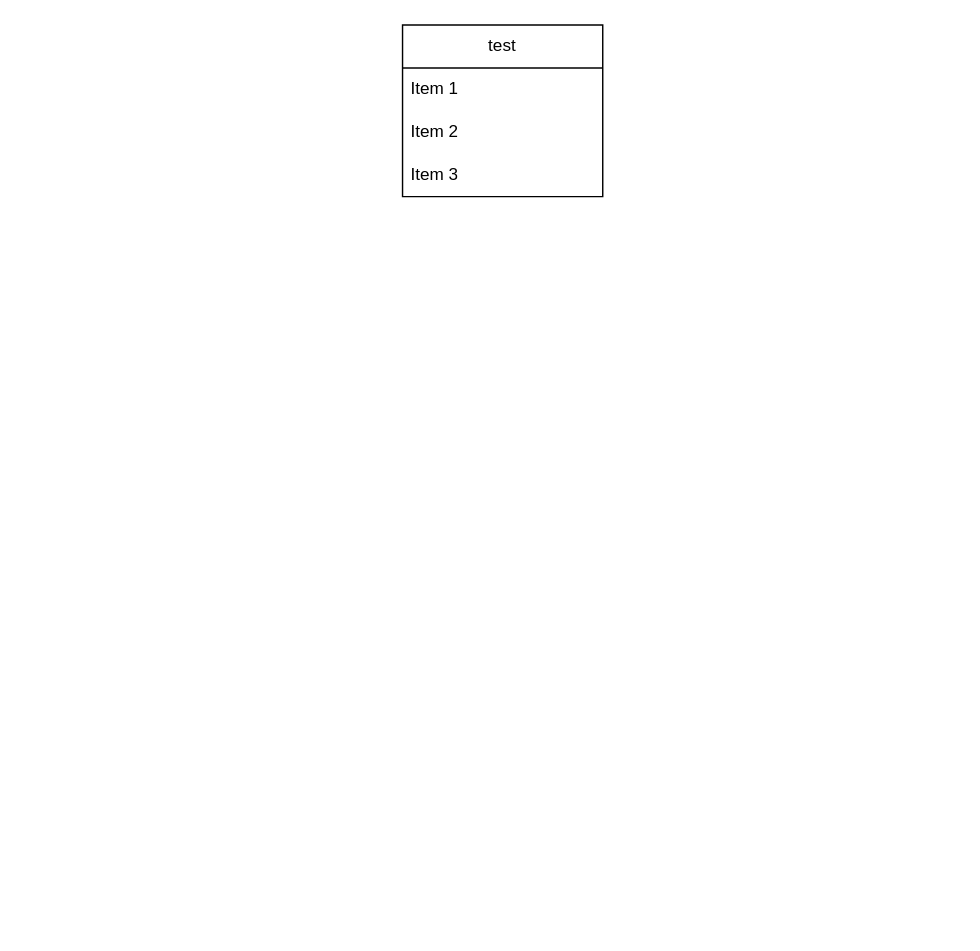
Earlier version of the draw.io diagram Diagramme sans nom.drawio (Coudji/mydraws). Source tidied: cells renumbered, new cells numbered last; positions are measured from the earlier drawing's top-left corner, leaving out a move shared by most shapes. Both pictures are drawn from the tidied source at 143%, with x=0, y=0 at pixel (402, 24).
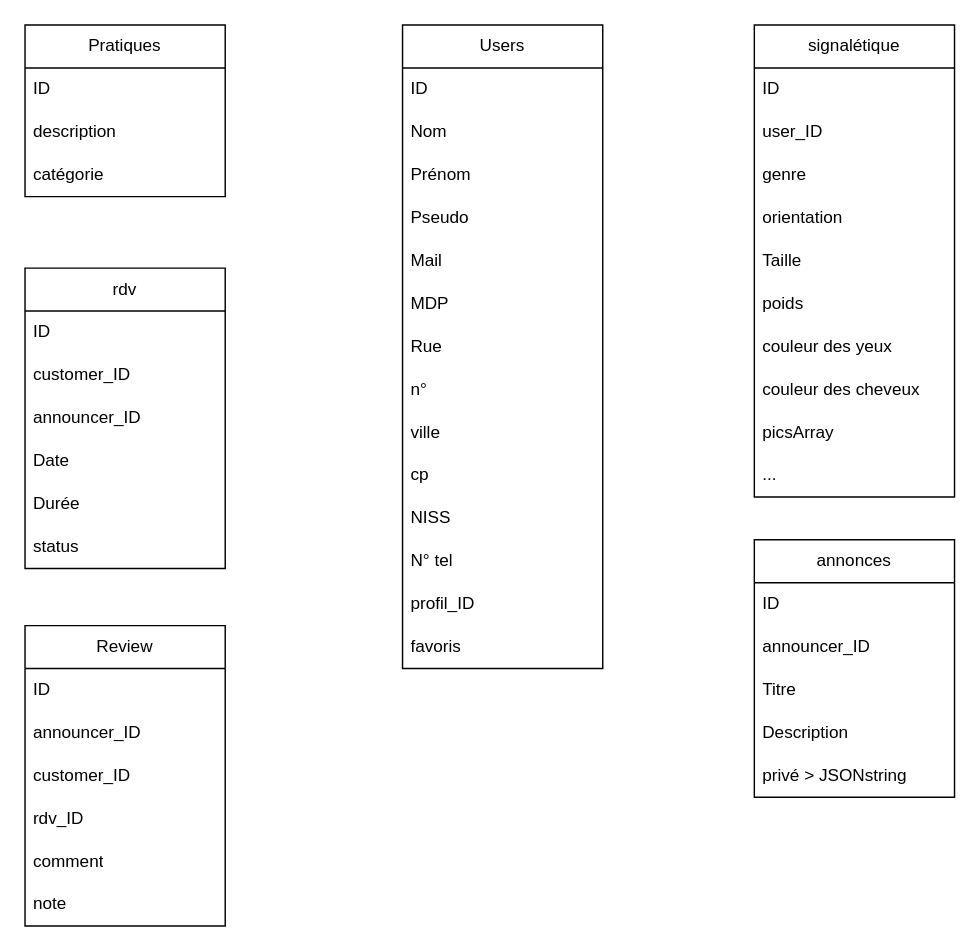
After the change.

Commit message (it also covers changes not shown here):
Mettre à jour Diagramme sans nom.drawio

What changed in the source:
```diff
@@
-    <mxCell id="2" value="test" style="swimlane;fontStyle=0;horizontal=1;startSize=30;whiteSpace=wrap;html=1;" parent="1" vertex="1">
-      <mxGeometry width="140" height="120" as="geometry" />
+    <mxCell id="2" value="Users" style="swimlane;fontStyle=0;horizontal=1;startSize=30;whiteSpace=wrap;html=1;" parent="1" vertex="1">
+      <mxGeometry width="140" height="450" as="geometry" />
     </mxCell>
-    <mxCell id="3" value="Item 1" style="text;strokeColor=none;fillColor=none;align=left;verticalAlign=middle;spacingLeft=4;spacingRight=4;overflow=hidden;whiteSpace=wrap;html=1;" parent="2" vertex="1">
+    <mxCell id="3" value="ID" style="text;strokeColor=none;fillColor=none;align=left;verticalAlign=middle;spacingLeft=4;spacingRight=4;overflow=hidden;whiteSpace=wrap;html=1;" parent="2" vertex="1">
       <mxGeometry y="30" width="140" height="30" as="geometry" />
     </mxCell>
-    <mxCell id="4" value="Item 2" style="text;strokeColor=none;fillColor=none;align=left;verticalAlign=middle;spacingLeft=4;spacingRight=4;overflow=hidden;whiteSpace=wrap;html=1;" parent="2" vertex="1">
+    <mxCell id="4" value="Nom" style="text;strokeColor=none;fillColor=none;align=left;verticalAlign=middle;spacingLeft=4;spacingRight=4;overflow=hidden;whiteSpace=wrap;html=1;" parent="2" vertex="1">
       <mxGeometry y="60" width="140" height="30" as="geometry" />
     </mxCell>
-    <mxCell id="5" value="Item 3" style="text;strokeColor=none;fillColor=none;align=left;verticalAlign=middle;spacingLeft=4;spacingRight=4;overflow=hidden;whiteSpace=wrap;html=1;" parent="2" vertex="1">
+    <mxCell id="5" value="Prénom" style="text;strokeColor=none;fillColor=none;align=left;verticalAlign=middle;spacingLeft=4;spacingRight=4;overflow=hidden;whiteSpace=wrap;html=1;" parent="2" vertex="1">
       <mxGeometry y="90" width="140" height="30" as="geometry" />
     </mxCell>
+    <mxCell id="6" value="Pseudo" style="text;strokeColor=none;fillColor=none;align=left;verticalAlign=middle;spacingLeft=4;spacingRight=4;overflow=hidden;whiteSpace=wrap;html=1;" parent="2" vertex="1">
+      <mxGeometry y="120" width="140" height="30" as="geometry" />
+    </mxCell>
+    <mxCell id="7" value="Mail" style="text;strokeColor=none;fillColor=none;align=left;verticalAlign=middle;spacingLeft=4;spacingRight=4;overflow=hidden;whiteSpace=wrap;html=1;" parent="2" vertex="1">
+      <mxGeometry y="150" width="140" height="30" as="geometry" />
+    </mxCell>
+    <mxCell id="8" value="MDP" style="text;strokeColor=none;fillColor=none;align=left;verticalAlign=middle;spacingLeft=4;spacingRight=4;overflow=hidden;whiteSpace=wrap;html=1;" parent="2" vertex="1">
+      <mxGeometry y="180" width="140" height="30" as="geometry" />
+    </mxCell>
+    <mxCell id="9" value="Rue" style="text;strokeColor=none;fillColor=none;align=left;verticalAlign=middle;spacingLeft=4;spacingRight=4;overflow=hidden;whiteSpace=wrap;html=1;" parent="2" vertex="1">
+      <mxGeometry y="210" width="140" height="30" as="geometry" />
+    </mxCell>
+    <mxCell id="10" value="n°" style="text;strokeColor=none;fillColor=none;align=left;verticalAlign=middle;spacingLeft=4;spacingRight=4;overflow=hidden;whiteSpace=wrap;html=1;" parent="2" vertex="1">
+      <mxGeometry y="240" width="140" height="30" as="geometry" />
+    </mxCell>
+    <mxCell id="11" value="ville" style="text;strokeColor=none;fillColor=none;align=left;verticalAlign=middle;spacingLeft=4;spacingRight=4;overflow=hidden;whiteSpace=wrap;html=1;" parent="2" vertex="1">
+      <mxGeometry y="270" width="140" height="30" as="geometry" />
+    </mxCell>
+    <mxCell id="12" value="cp" style="text;strokeColor=none;fillColor=none;align=left;verticalAlign=middle;spacingLeft=4;spacingRight=4;overflow=hidden;whiteSpace=wrap;html=1;" parent="2" vertex="1">
+      <mxGeometry y="300" width="140" height="30" as="geometry" />
+    </mxCell>
+    <mxCell id="13" value="NISS" style="text;strokeColor=none;fillColor=none;align=left;verticalAlign=middle;spacingLeft=4;spacingRight=4;overflow=hidden;whiteSpace=wrap;html=1;" parent="2" vertex="1">
+      <mxGeometry y="330" width="140" height="30" as="geometry" />
+    </mxCell>
+    <mxCell id="14" value="N° tel" style="text;strokeColor=none;fillColor=none;align=left;verticalAlign=middle;spacingLeft=4;spacingRight=4;overflow=hidden;whiteSpace=wrap;html=1;" parent="2" vertex="1">
+      <mxGeometry y="360" width="140" height="30" as="geometry" />
+    </mxCell>
+    <mxCell id="15" value="profil_ID" style="text;strokeColor=none;fillColor=none;align=left;verticalAlign=middle;spacingLeft=4;spacingRight=4;overflow=hidden;whiteSpace=wrap;html=1;" parent="2" vertex="1">
+      <mxGeometry y="390" width="140" height="30" as="geometry" />
+    </mxCell>
+    <mxCell id="16" value="favoris" style="text;strokeColor=none;fillColor=none;align=left;verticalAlign=middle;spacingLeft=4;spacingRight=4;overflow=hidden;whiteSpace=wrap;html=1;" parent="2" vertex="1">
+      <mxGeometry y="420" width="140" height="30" as="geometry" />
+    </mxCell>
+    <mxCell id="17" value="signalétique" style="swimlane;fontStyle=0;horizontal=1;startSize=30;whiteSpace=wrap;html=1;" parent="1" vertex="1">
+      <mxGeometry x="246" width="140" height="330" as="geometry" />
+    </mxCell>
+    <mxCell id="18" value="ID" style="text;strokeColor=none;fillColor=none;align=left;verticalAlign=middle;spacingLeft=4;spacingRight=4;overflow=hidden;whiteSpace=wrap;html=1;" parent="17" vertex="1">
+      <mxGeometry y="30" width="140" height="30" as="geometry" />
+    </mxCell>
+    <mxCell id="19" value="user_ID" style="text;strokeColor=none;fillColor=none;align=left;verticalAlign=middle;spacingLeft=4;spacingRight=4;overflow=hidden;whiteSpace=wrap;html=1;" parent="17" vertex="1">
+      <mxGeometry y="60" width="140" height="30" as="geometry" />
+    </mxCell>
+    <mxCell id="20" value="genre" style="text;strokeColor=none;fillColor=none;align=left;verticalAlign=middle;spacingLeft=4;spacingRight=4;overflow=hidden;whiteSpace=wrap;html=1;" parent="17" vertex="1">
+      <mxGeometry y="90" width="140" height="30" as="geometry" />
+    </mxCell>
+    <mxCell id="21" value="orientation" style="text;strokeColor=none;fillColor=none;align=left;verticalAlign=middle;spacingLeft=4;spacingRight=4;overflow=hidden;whiteSpace=wrap;html=1;" parent="17" vertex="1">
+      <mxGeometry y="120" width="140" height="30" as="geometry" />
+    </mxCell>
+    <mxCell id="22" value="Taille" style="text;strokeColor=none;fillColor=none;align=left;verticalAlign=middle;spacingLeft=4;spacingRight=4;overflow=hidden;whiteSpace=wrap;html=1;" parent="17" vertex="1">
+      <mxGeometry y="150" width="140" height="30" as="geometry" />
+    </mxCell>
+    <mxCell id="23" value="poids" style="text;strokeColor=none;fillColor=none;align=left;verticalAlign=middle;spacingLeft=4;spacingRight=4;overflow=hidden;whiteSpace=wrap;html=1;" parent="17" vertex="1">
+      <mxGeometry y="180" width="140" height="30" as="geometry" />
+    </mxCell>
+    <mxCell id="24" value="couleur des yeux" style="text;strokeColor=none;fillColor=none;align=left;verticalAlign=middle;spacingLeft=4;spacingRight=4;overflow=hidden;whiteSpace=wrap;html=1;" parent="17" vertex="1">
+      <mxGeometry y="210" width="140" height="30" as="geometry" />
+    </mxCell>
+    <mxCell id="25" value="couleur des cheveux" style="text;strokeColor=none;fillColor=none;align=left;verticalAlign=middle;spacingLeft=4;spacingRight=4;overflow=hidden;whiteSpace=wrap;html=1;" parent="17" vertex="1">
+      <mxGeometry y="240" width="140" height="30" as="geometry" />
+    </mxCell>
+    <mxCell id="26" value="picsArray" style="text;strokeColor=none;fillColor=none;align=left;verticalAlign=middle;spacingLeft=4;spacingRight=4;overflow=hidden;whiteSpace=wrap;html=1;" parent="17" vertex="1">
+      <mxGeometry y="270" width="140" height="30" as="geometry" />
+    </mxCell>
+    <mxCell id="27" value="..." style="text;strokeColor=none;fillColor=none;align=left;verticalAlign=middle;spacingLeft=4;spacingRight=4;overflow=hidden;whiteSpace=wrap;html=1;" parent="17" vertex="1">
+      <mxGeometry y="300" width="140" height="30" as="geometry" />
+    </mxCell>
+    <mxCell id="28" value="Pratiques" style="swimlane;fontStyle=0;horizontal=1;startSize=30;whiteSpace=wrap;html=1;" parent="1" vertex="1">
+      <mxGeometry x="-264" width="140" height="120" as="geometry" />
+    </mxCell>
+    <mxCell id="29" value="ID" style="text;strokeColor=none;fillColor=none;align=left;verticalAlign=middle;spacingLeft=4;spacingRight=4;overflow=hidden;whiteSpace=wrap;html=1;" parent="28" vertex="1">
+      <mxGeometry y="30" width="140" height="30" as="geometry" />
+    </mxCell>
+    <mxCell id="30" value="description" style="text;strokeColor=none;fillColor=none;align=left;verticalAlign=middle;spacingLeft=4;spacingRight=4;overflow=hidden;whiteSpace=wrap;html=1;" parent="28" vertex="1">
+      <mxGeometry y="60" width="140" height="30" as="geometry" />
+    </mxCell>
+    <mxCell id="31" value="catégorie" style="text;strokeColor=none;fillColor=none;align=left;verticalAlign=middle;spacingLeft=4;spacingRight=4;overflow=hidden;whiteSpace=wrap;html=1;" parent="28" vertex="1">
+      <mxGeometry y="90" width="140" height="30" as="geometry" />
+    </mxCell>
+    <mxCell id="32" value="rdv" style="swimlane;fontStyle=0;horizontal=1;startSize=30;whiteSpace=wrap;html=1;" parent="1" vertex="1">
+      <mxGeometry x="-264" y="170" width="140" height="210" as="geometry" />
+    </mxCell>
+    <mxCell id="33" value="ID" style="text;strokeColor=none;fillColor=none;align=left;verticalAlign=middle;spacingLeft=4;spacingRight=4;overflow=hidden;whiteSpace=wrap;html=1;" parent="32" vertex="1">
+      <mxGeometry y="30" width="140" height="30" as="geometry" />
+    </mxCell>
+    <mxCell id="34" value="customer_ID" style="text;strokeColor=none;fillColor=none;align=left;verticalAlign=middle;spacingLeft=4;spacingRight=4;overflow=hidden;whiteSpace=wrap;html=1;" parent="32" vertex="1">
+      <mxGeometry y="60" width="140" height="30" as="geometry" />
+    </mxCell>
+    <mxCell id="35" value="announcer_ID" style="text;strokeColor=none;fillColor=none;align=left;verticalAlign=middle;spacingLeft=4;spacingRight=4;overflow=hidden;whiteSpace=wrap;html=1;" parent="32" vertex="1">
+      <mxGeometry y="90" width="140" height="30" as="geometry" />
+    </mxCell>
+    <mxCell id="36" value="Date" style="text;strokeColor=none;fillColor=none;align=left;verticalAlign=middle;spacingLeft=4;spacingRight=4;overflow=hidden;whiteSpace=wrap;html=1;" parent="32" vertex="1">
+      <mxGeometry y="120" width="140" height="30" as="geometry" />
+    </mxCell>
+    <mxCell id="37" value="Durée" style="text;strokeColor=none;fillColor=none;align=left;verticalAlign=middle;spacingLeft=4;spacingRight=4;overflow=hidden;whiteSpace=wrap;html=1;" parent="32" vertex="1">
+      <mxGeometry y="150" width="140" height="30" as="geometry" />
+    </mxCell>
+    <mxCell id="38" value="status" style="text;strokeColor=none;fillColor=none;align=left;verticalAlign=middle;spacingLeft=4;spacingRight=4;overflow=hidden;whiteSpace=wrap;html=1;" parent="32" vertex="1">
+      <mxGeometry y="180" width="140" height="30" as="geometry" />
+    </mxCell>
+    <mxCell id="39" value="Review" style="swimlane;fontStyle=0;horizontal=1;startSize=30;whiteSpace=wrap;html=1;" parent="1" vertex="1">
+      <mxGeometry x="-264" y="420" width="140" height="210" as="geometry" />
+    </mxCell>
+    <mxCell id="40" value="ID" style="text;strokeColor=none;fillColor=none;align=left;verticalAlign=middle;spacingLeft=4;spacingRight=4;overflow=hidden;whiteSpace=wrap;html=1;" parent="39" vertex="1">
+      <mxGeometry y="30" width="140" height="30" as="geometry" />
+    </mxCell>
+    <mxCell id="41" value="announcer_ID" style="text;strokeColor=none;fillColor=none;align=left;verticalAlign=middle;spacingLeft=4;spacingRight=4;overflow=hidden;whiteSpace=wrap;html=1;" parent="39" vertex="1">
+      <mxGeometry y="60" width="140" height="30" as="geometry" />
+    </mxCell>
+    <mxCell id="42" value="customer_ID" style="text;strokeColor=none;fillColor=none;align=left;verticalAlign=middle;spacingLeft=4;spacingRight=4;overflow=hidden;whiteSpace=wrap;html=1;" parent="39" vertex="1">
+      <mxGeometry y="90" width="140" height="30" as="geometry" />
+    </mxCell>
+    <mxCell id="43" value="rdv_ID" style="text;strokeColor=none;fillColor=none;align=left;verticalAlign=middle;spacingLeft=4;spacingRight=4;overflow=hidden;whiteSpace=wrap;html=1;" parent="39" vertex="1">
+      <mxGeometry y="120" width="140" height="30" as="geometry" />
+    </mxCell>
+    <mxCell id="44" value="comment" style="text;strokeColor=none;fillColor=none;align=left;verticalAlign=middle;spacingLeft=4;spacingRight=4;overflow=hidden;whiteSpace=wrap;html=1;" parent="39" vertex="1">
+      <mxGeometry y="150" width="140" height="30" as="geometry" />
+    </mxCell>
+    <mxCell id="45" value="note" style="text;strokeColor=none;fillColor=none;align=left;verticalAlign=middle;spacingLeft=4;spacingRight=4;overflow=hidden;whiteSpace=wrap;html=1;" parent="39" vertex="1">
+      <mxGeometry y="180" width="140" height="30" as="geometry" />
+    </mxCell>
+    <mxCell id="46" value="annonces" style="swimlane;fontStyle=0;horizontal=1;startSize=30;whiteSpace=wrap;html=1;" parent="1" vertex="1">
+      <mxGeometry x="246" y="360" width="140" height="180" as="geometry" />
+    </mxCell>
+    <mxCell id="47" value="ID" style="text;strokeColor=none;fillColor=none;align=left;verticalAlign=middle;spacingLeft=4;spacingRight=4;overflow=hidden;whiteSpace=wrap;html=1;" parent="46" vertex="1">
+      <mxGeometry y="30" width="140" height="30" as="geometry" />
+    </mxCell>
+    <mxCell id="48" value="announcer_ID" style="text;strokeColor=none;fillColor=none;align=left;verticalAlign=middle;spacingLeft=4;spacingRight=4;overflow=hidden;whiteSpace=wrap;html=1;" parent="46" vertex="1">
+      <mxGeometry y="60" width="140" height="30" as="geometry" />
+    </mxCell>
+    <mxCell id="49" value="Titre" style="text;strokeColor=none;fillColor=none;align=left;verticalAlign=middle;spacingLeft=4;spacingRight=4;overflow=hidden;whiteSpace=wrap;html=1;" parent="46" vertex="1">
+      <mxGeometry y="90" width="140" height="30" as="geometry" />
+    </mxCell>
+    <mxCell id="50" value="Description" style="text;strokeColor=none;fillColor=none;align=left;verticalAlign=middle;spacingLeft=4;spacingRight=4;overflow=hidden;whiteSpace=wrap;html=1;" parent="46" vertex="1">
+      <mxGeometry y="120" width="140" height="30" as="geometry" />
+    </mxCell>
+    <mxCell id="51" value="privé &amp;gt; JSONstring" style="text;strokeColor=none;fillColor=none;align=left;verticalAlign=middle;spacingLeft=4;spacingRight=4;overflow=hidden;whiteSpace=wrap;html=1;" parent="46" vertex="1">
+      <mxGeometry y="150" width="140" height="30" as="geometry" />
+    </mxCell>
```
